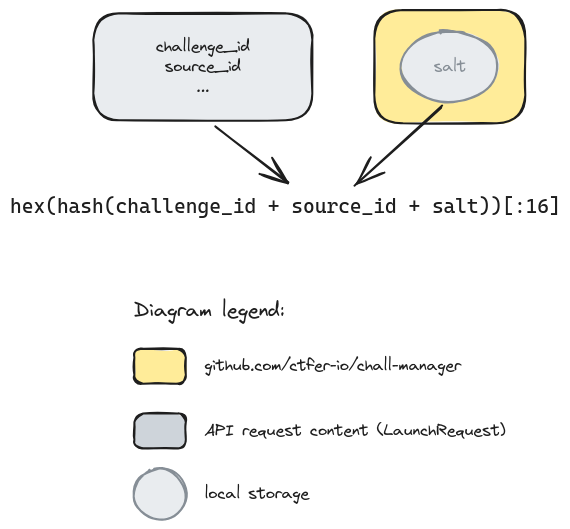
Before: res/identity.excalidraw.png, a diagram exported from Excalidraw (ctfer-io/chall-manager). Source tidied: one line per element, renumbered; positions are measured from the earlier drawing's top-left corner, leaving out a move shared by most shapes.
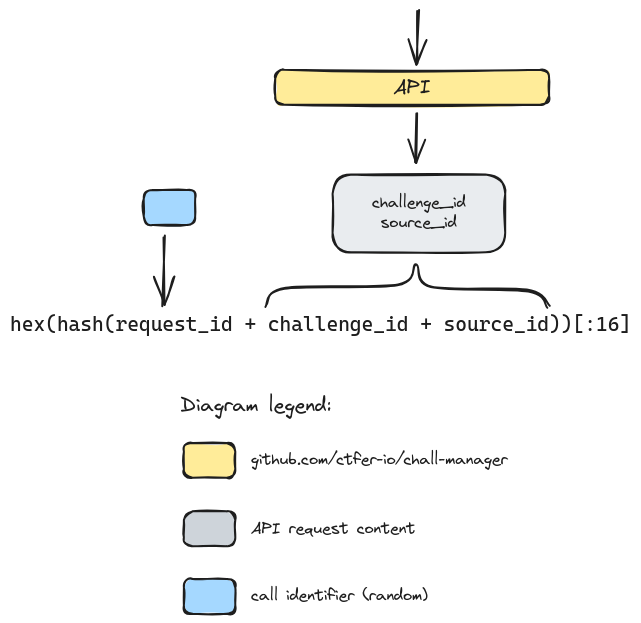
The same diagram one commit later.

Diff of the diagram source:
```diff
@@ -1,15 +1,17 @@
-{"id": 0, "type": "rectangle", "strokeColor": "#1e1e1e", "backgroundColor": "#e9ecef", "fillStyle": "solid", "strokeWidth": 2, "roughness": 1, "round": true, "x": 83, "y": 3, "width": 219, "height": 107}
+{"id": 0, "type": "rectangle", "strokeColor": "#1e1e1e", "backgroundColor": "#e9ecef", "fillStyle": "solid", "strokeWidth": 2, "roughness": 1, "round": true, "x": 133, "y": 32, "width": 173, "height": 78}
-{"id": 1, "type": "text", "text": "challenge_id\nsource_id\n...", "strokeColor": "#1e1e1e", "strokeWidth": 2, "roughness": 1, "fontSize": 16, "fontFamily": 1, "textAlign": "center", "verticalAlign": "middle", "inside": 0, "x": 146, "y": 27, "width": 94, "height": 60}
-{"id": 2, "type": "rectangle", "strokeColor": "#1e1e1e", "backgroundColor": "#ffec99", "fillStyle": "solid", "strokeWidth": 2, "roughness": 1, "round": true, "x": 364, "y": 0, "width": 151, "height": 113}
-{"id": 3, "type": "ellipse", "strokeColor": "#868e96", "backgroundColor": "#e9ecef", "fillStyle": "solid", "strokeWidth": 2, "roughness": 1, "round": true, "x": 391, "y": 21, "width": 97, "height": 71}
-{"id": 4, "type": "text", "text": "salt", "strokeColor": "#868e96", "backgroundColor": "#a5d8ff", "fillStyle": "solid", "strokeWidth": 2, "roughness": 1, "fontSize": 16, "fontFamily": 1, "textAlign": "center", "verticalAlign": "middle", "inside": 3, "x": 424, "y": 47, "width": 33, "height": 20}
+{"id": 15, "type": "text", "text": "challenge_id\nsource_id", "strokeColor": "#1e1e1e", "backgroundColor": "#ffec99", "fillStyle": "solid", "strokeWidth": 2, "roughness": 1, "fontSize": 16, "fontFamily": 1, "textAlign": "center", "verticalAlign": "middle", "inside": 0, "x": 172, "y": 51, "width": 94, "height": 40}
-{"id": 5, "type": "text", "text": "hex(hash(challenge_id + source_id + salt))[:16]", "strokeColor": "#1e1e1e", "strokeWidth": 2, "roughness": 1, "fontSize": 20, "fontFamily": 3, "x": 0, "y": 184, "width": 551, "height": 24}
+{"id": 5, "type": "text", "text": "hex(hash(request_id + challenge_id + source_id))[:16]", "strokeColor": "#1e1e1e", "strokeWidth": 2, "roughness": 1, "fontSize": 20, "fontFamily": 3, "x": -190, "y": 170, "width": 621, "height": 24}
-{"id": 6, "type": "arrow", "strokeColor": "#1e1e1e", "strokeWidth": 2, "roughness": 1, "endArrowhead": "arrow", "round": true, "from": 0, "to": 5, "x": 206, "y": 118, "width": 72, "height": 56, "points": [[0, 0], [72, 56]]}
-{"id": 7, "type": "arrow", "strokeColor": "#1e1e1e", "strokeWidth": 2, "roughness": 1, "endArrowhead": "arrow", "round": true, "from": 3, "to": 5, "x": 431, "y": 97, "width": 86, "height": 79, "points": [[0, 0], [-86, 79]]}
-{"id": 8, "type": "text", "text": "github.com/ctfer-io/chall-manager", "strokeColor": "#1e1e1e", "backgroundColor": "#eebefa", "fillStyle": "solid", "strokeWidth": 2, "strokeStyle": "dotted", "roughness": 1, "fontSize": 16, "fontFamily": 1, "x": 194, "y": 346, "width": 257, "height": 20}
+{"id": 8, "type": "text", "text": "github.com/ctfer-io/chall-manager", "strokeColor": "#1e1e1e", "backgroundColor": "#eebefa", "fillStyle": "solid", "strokeWidth": 2, "strokeStyle": "dotted", "roughness": 1, "fontSize": 16, "fontFamily": 1, "x": 51, "y": 308, "width": 257, "height": 20}
-{"id": 9, "type": "text", "text": "Diagram legend:", "strokeColor": "#1e1e1e", "backgroundColor": "#eebefa", "fillStyle": "solid", "strokeWidth": 1, "strokeStyle": "dashed", "roughness": 1, "fontSize": 20, "fontFamily": 1, "x": 124, "y": 288, "width": 151, "height": 25}
+{"id": 9, "type": "text", "text": "Diagram legend:", "strokeColor": "#1e1e1e", "backgroundColor": "#eebefa", "fillStyle": "solid", "strokeWidth": 1, "strokeStyle": "dashed", "roughness": 1, "fontSize": 20, "fontFamily": 1, "x": -19, "y": 251, "width": 151, "height": 25}
-{"id": 10, "type": "rectangle", "strokeColor": "#1e1e1e", "backgroundColor": "#ffec99", "fillStyle": "solid", "strokeWidth": 2, "roughness": 1, "round": true, "x": 124, "y": 339, "width": 51, "height": 35}
+{"id": 10, "type": "rectangle", "strokeColor": "#1e1e1e", "backgroundColor": "#ffec99", "fillStyle": "solid", "strokeWidth": 2, "roughness": 1, "round": true, "x": -16, "y": 301, "width": 51, "height": 35}
-{"id": 11, "type": "ellipse", "strokeColor": "#868e96", "backgroundColor": "#e9ecef", "fillStyle": "solid", "strokeWidth": 2, "roughness": 1, "round": true, "x": 124, "y": 459, "width": 52, "height": 51}
-{"id": 12, "type": "text", "text": "local storage", "strokeColor": "#1e1e1e", "backgroundColor": "#eebefa", "fillStyle": "solid", "strokeWidth": 2, "strokeStyle": "dotted", "roughness": 1, "fontSize": 16, "fontFamily": 1, "x": 194, "y": 474, "width": 105, "height": 20}
-{"id": 13, "type": "text", "text": "API request content (LaunchRequest)", "strokeColor": "#1e1e1e", "backgroundColor": "#eebefa", "fillStyle": "solid", "strokeWidth": 2, "strokeStyle": "dotted", "roughness": 1, "fontSize": 16, "fontFamily": 1, "x": 194, "y": 411, "width": 301, "height": 20}
+{"id": 13, "type": "text", "text": "API request content", "strokeColor": "#1e1e1e", "backgroundColor": "#eebefa", "fillStyle": "solid", "strokeWidth": 2, "strokeStyle": "dotted", "roughness": 1, "fontSize": 16, "fontFamily": 1, "x": 51, "y": 377, "width": 164, "height": 20}
-{"id": 14, "type": "rectangle", "strokeColor": "#1e1e1e", "backgroundColor": "#ced4da", "fillStyle": "solid", "strokeWidth": 2, "roughness": 1, "round": true, "x": 124, "y": 404, "width": 51, "height": 35}
+{"id": 14, "type": "rectangle", "strokeColor": "#1e1e1e", "backgroundColor": "#ced4da", "fillStyle": "solid", "strokeWidth": 2, "roughness": 1, "round": true, "x": -16, "y": 369, "width": 51, "height": 35}
+{"id": 16, "type": "text", "text": "call identifier (random)", "strokeColor": "#1e1e1e", "backgroundColor": "#eebefa", "fillStyle": "solid", "strokeWidth": 2, "strokeStyle": "dotted", "roughness": 1, "fontSize": 16, "fontFamily": 1, "x": 51, "y": 444, "width": 177, "height": 20}
+{"id": 17, "type": "rectangle", "strokeColor": "#1e1e1e", "backgroundColor": "#a5d8ff", "fillStyle": "solid", "strokeWidth": 2, "roughness": 1, "round": true, "x": -16, "y": 437, "width": 51, "height": 35}
+{"id": 18, "type": "rectangle", "strokeColor": "#1e1e1e", "backgroundColor": "#a5d8ff", "fillStyle": "solid", "strokeWidth": 2, "roughness": 1, "round": true, "x": -56, "y": 48, "width": 51, "height": 35}
+{"id": 19, "type": "arrow", "strokeColor": "#1e1e1e", "backgroundColor": "#a5d8ff", "fillStyle": "solid", "strokeWidth": 2, "roughness": 1, "endArrowhead": "arrow", "round": true, "from": 18, "to": 5, "x": -35, "y": 94, "width": 1, "height": 69, "points": [[0, 0], [-1, 69]]}
+{"id": 20, "type": "line", "strokeColor": "#1e1e1e", "backgroundColor": "#a5d8ff", "fillStyle": "solid", "strokeWidth": 2, "roughness": 1, "round": true, "x": 66, "y": 163, "width": 283, "height": 41, "points": [[0, 0], [20, -17], [132, -21], [150, -40], [165, -18], [261, -15], [283, 1]]}
+{"id": 21, "type": "rectangle", "strokeColor": "#1e1e1e", "backgroundColor": "#ffec99", "fillStyle": "solid", "strokeWidth": 2, "roughness": 1, "round": true, "x": 75, "y": -72, "width": 274, "height": 35}
+{"id": 22, "type": "text", "text": "API", "strokeColor": "#1e1e1e", "backgroundColor": "#a5d8ff", "fillStyle": "solid", "strokeWidth": 2, "roughness": 1, "fontSize": 20, "fontFamily": 1, "textAlign": "center", "verticalAlign": "middle", "inside": 21, "x": 194, "y": -67, "width": 37, "height": 25}
+{"id": 23, "type": "arrow", "strokeColor": "#1e1e1e", "backgroundColor": "#ffec99", "fillStyle": "solid", "strokeWidth": 2, "roughness": 1, "endArrowhead": "arrow", "round": true, "to": 21, "x": 218, "y": -131, "width": 0, "height": 53, "points": [[0, 0], [0, 53]]}
+{"id": 24, "type": "arrow", "strokeColor": "#1e1e1e", "backgroundColor": "#ffec99", "fillStyle": "solid", "strokeWidth": 2, "roughness": 1, "endArrowhead": "arrow", "round": true, "from": 21, "to": 0, "x": 217, "y": -29, "width": 2, "height": 49, "points": [[0, 0], [-2, 49]]}
```
